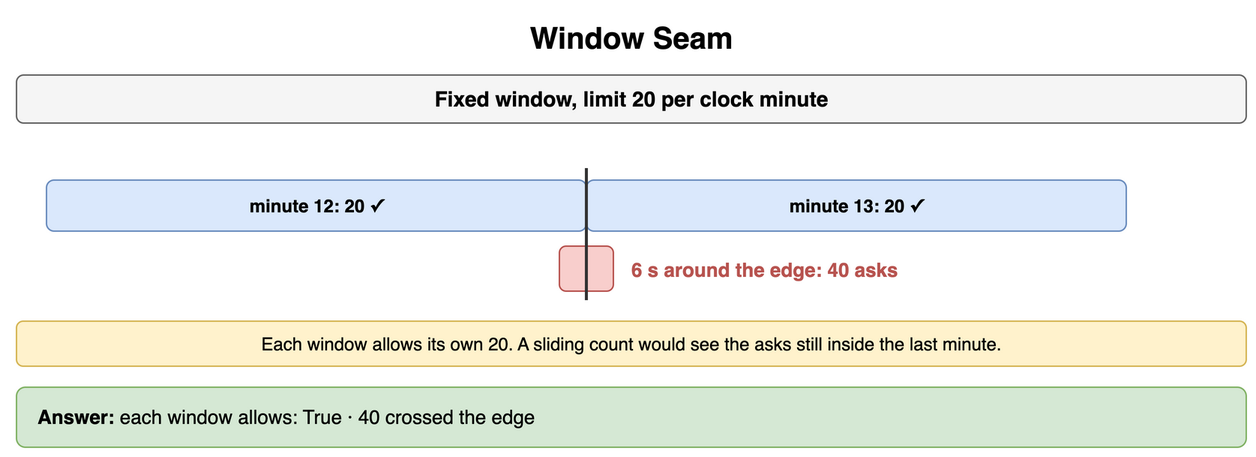
amendez13/swe-study-guide keeps this draw.io diagram as content/09_System_Design_Interview/17_Rate_Limiting_and_Throttling/diagrams/rate-limiting-drills-5-window-seam.png. Above is the earlier version. Source tidied: cells renumbered, new cells last; positions are measured from the earlier drawing's top-left corner, leaving out a move shared by most shapes.
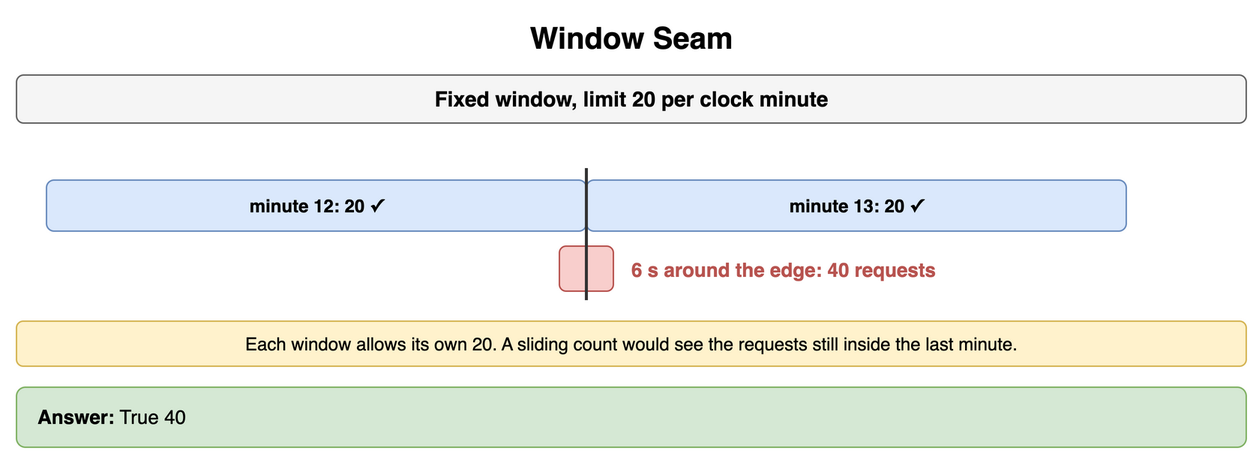
The same diagram one commit later.

What changed in the source:
```diff
@@ -23,13 +23,13 @@
         <mxPoint x="380" y="190" as="targetPoint" />
       </mxGeometry>
     </mxCell>
-    <mxCell id="8" value="6 s around the edge: 40 asks" style="text;html=1;whiteSpace=wrap;fontSize=11;align=left;verticalAlign=middle;fontSize=13;fontColor=#b85450;fontStyle=1;" parent="1" vertex="1">
+    <mxCell id="8" value="6 s around the edge: 40 requests" style="text;html=1;whiteSpace=wrap;fontSize=11;align=left;verticalAlign=middle;fontSize=13;fontColor=#b85450;fontStyle=1;" parent="1" vertex="1">
       <mxGeometry x="408" y="158" width="300" height="24" as="geometry" />
     </mxCell>
-    <mxCell id="9" value="Each window allows its own 20. A sliding count would see the asks still inside the last minute." style="rounded=1;whiteSpace=wrap;html=1;fillColor=#fff2cc;strokeColor=#d6b656;fontSize=12;align=center;" parent="1" vertex="1">
+    <mxCell id="9" value="Each window allows its own 20. A sliding count would see the requests still inside the last minute." style="rounded=1;whiteSpace=wrap;html=1;fillColor=#fff2cc;strokeColor=#d6b656;fontSize=12;align=center;" parent="1" vertex="1">
       <mxGeometry y="204" width="820" height="30" as="geometry" />
     </mxCell>
-    <mxCell id="10" value="&lt;b&gt;Answer:&lt;/b&gt; each window allows: True · 40 crossed the edge" style="rounded=1;whiteSpace=wrap;html=1;fillColor=#d5e8d4;strokeColor=#82b366;fontSize=13;align=left;spacingLeft=12;" parent="1" vertex="1">
+    <mxCell id="10" value="&lt;b&gt;Answer:&lt;/b&gt; True 40" style="rounded=1;whiteSpace=wrap;html=1;fillColor=#d5e8d4;strokeColor=#82b366;fontSize=13;align=left;spacingLeft=12;" parent="1" vertex="1">
       <mxGeometry y="248" width="820" height="40" as="geometry" />
     </mxCell>
   </root>
```
